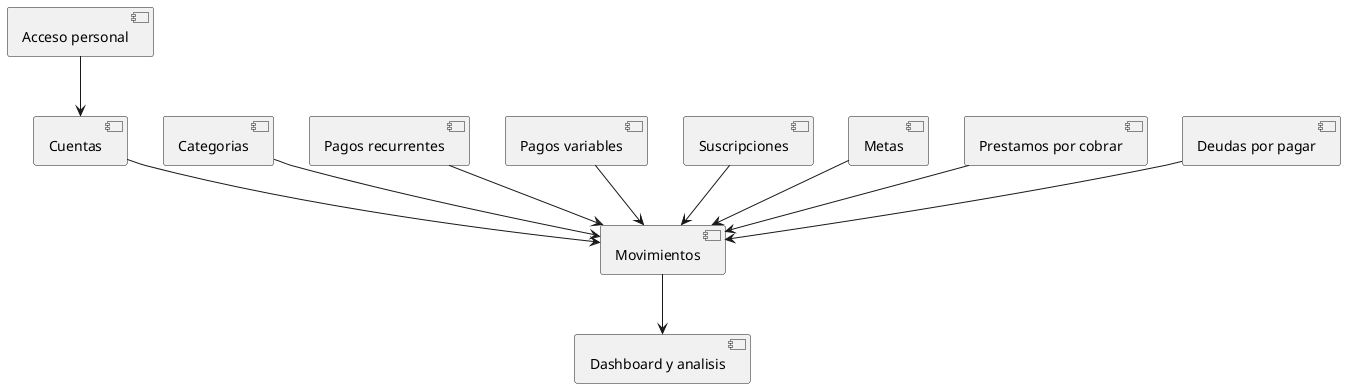
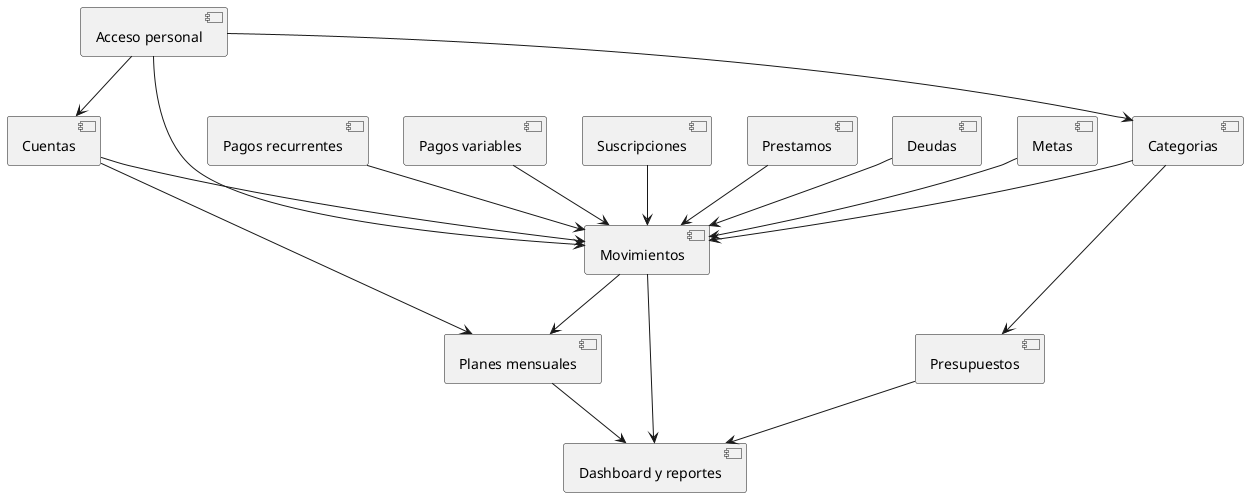
@startuml
- component "Acceso personal" as Acceso
- component "Cuentas" as Cuentas
- component "Movimientos" as Movimientos
- component "Categorias" as Categorias
- component "Pagos recurrentes" as Recurrentes
+ component "Acceso personal" as Auth
+ component "Cuentas" as Accounts
+ component "Categorias" as Categories
+ component "Movimientos" as Movements
+ component "Pagos recurrentes" as Recurring
component "Pagos variables" as Variables
- component "Suscripciones" as Suscripciones
- component "Metas" as Metas
- component "Prestamos por cobrar" as Prestamos
- component "Deudas por pagar" as Deudas
- component "Dashboard y analisis" as Dashboard
+ component "Suscripciones" as Subscriptions
+ component "Prestamos" as Loans
+ component "Deudas" as Debts
+ component "Metas" as Goals
+ component "Presupuestos" as Budgets
+ component "Planes mensuales" as MonthlyPlans
+ component "Dashboard y reportes" as Dashboard

- Acceso --> Cuentas
- Cuentas --> Movimientos
- Categorias --> Movimientos
- Recurrentes --> Movimientos
- Variables --> Movimientos
- Suscripciones --> Movimientos
- Metas --> Movimientos
- Prestamos --> Movimientos
- Deudas --> Movimientos
- Movimientos --> Dashboard
+ Auth --> Accounts
+ Auth --> Categories
+ Auth --> Movements
+ Accounts --> Movements
+ Categories --> Movements
+ Recurring --> Movements
+ Variables --> Movements
+ Subscriptions --> Movements
+ Loans --> Movements
+ Debts --> Movements
+ Goals --> Movements
+ Categories --> Budgets
+ Accounts --> MonthlyPlans
+ Movements --> MonthlyPlans
+ Movements --> Dashboard
+ Budgets --> Dashboard
+ MonthlyPlans --> Dashboard
@enduml

